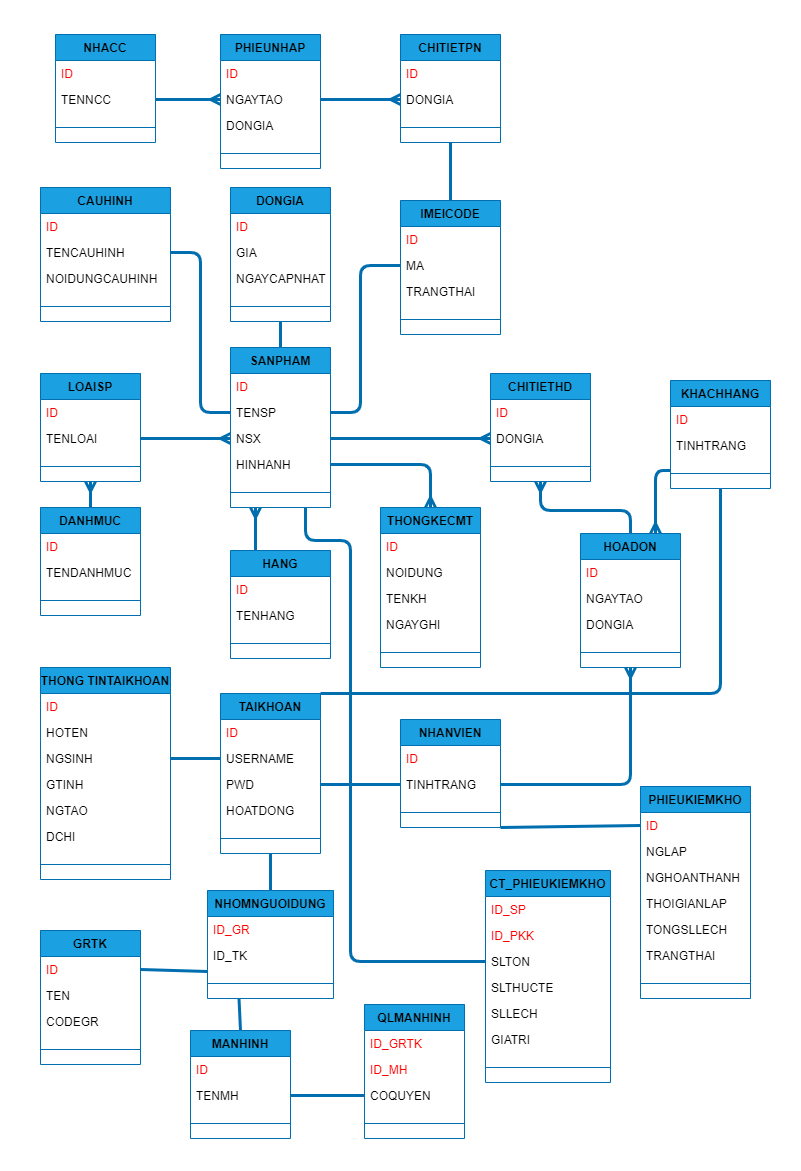
Earlier version of the draw.io export erd.drawio.png (QlyBanHangDT/qlyBanHang). Source tidied: cells renumbered, new cells last; positions are measured from the earlier drawing's top-left corner, leaving out a move shared by most shapes.
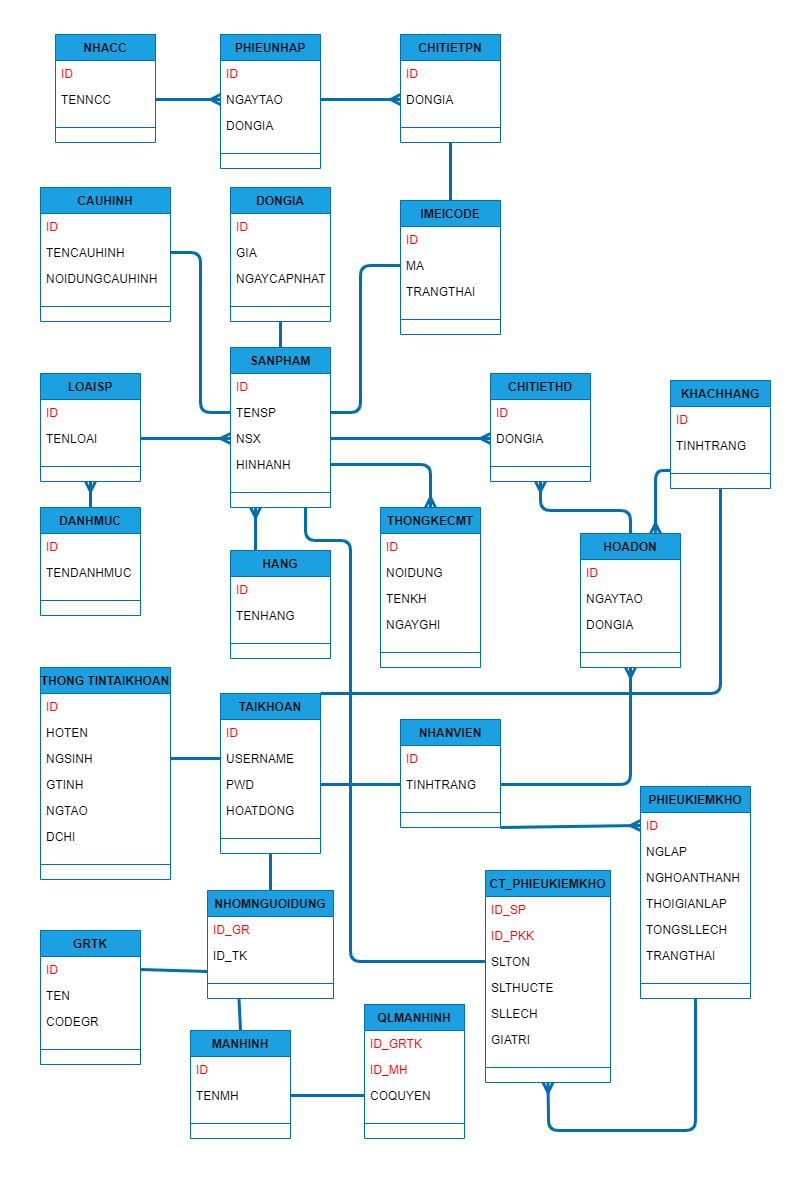
The same file after the commit.

Change to the diagram source:
```diff
@@ -423,7 +423,7 @@
     <mxCell id="131" style="line;strokeWidth=1;fillColor=#1ba1e2;align=left;verticalAlign=middle;spacingTop=-1;spacingLeft=3;spacingRight=3;labelPosition=right;fontColor=#ffffff;strokeColor=#006EAF;" parent="124" vertex="1">
       <mxGeometry y="182" width="110" height="30" as="geometry" />
     </mxCell>
-    <mxCell id="132" style="endArrow=none;html=1;fontColor=default;strokeWidth=3;entryX=0;entryY=0.5;entryDx=0;entryDy=0;fillColor=#1ba1e2;strokeColor=#006EAF;exitX=1;exitY=1;exitDx=0;exitDy=0;" parent="1" edge="1" source="112" target="125">
+    <mxCell id="132" style="endArrow=ERmany;html=1;fontColor=default;strokeWidth=3;entryX=0;entryY=0.5;entryDx=0;entryDy=0;fillColor=#1ba1e2;strokeColor=#006EAF;exitX=1;exitY=1;exitDx=0;exitDy=0;endFill=0;" parent="1" edge="1" source="112" target="125">
       <mxGeometry relative="1" as="geometry" />
     </mxCell>
     <mxCell id="133" style="endArrow=none;html=1;fontColor=default;strokeWidth=3;exitX=0;exitY=0.5;exitDx=0;exitDy=0;entryX=0.75;entryY=1;entryDx=0;entryDy=0;fillColor=#1ba1e2;strokeColor=#006EAF;" parent="1" edge="1" source="137" target="2">
@@ -460,7 +460,15 @@
       <mxGeometry y="182" width="125" height="30" as="geometry" />
     </mxCell>
     <mxCell id="142" style="rounded=0;whiteSpace=wrap;html=1;fillColor=none;strokeColor=none;" parent="1" vertex="1">
-      <mxGeometry width="800" height="1170" as="geometry" />
+      <mxGeometry width="790" height="1180" as="geometry" />
     </mxCell>
+    <mxCell id="143" style="endArrow=none;html=1;strokeWidth=3;fillColor=#1ba1e2;strokeColor=#006EAF;entryX=0.5;entryY=1;entryDx=0;entryDy=0;exitX=0.5;exitY=1;exitDx=0;exitDy=0;startArrow=ERmany;startFill=0;" parent="1" edge="1" source="134" target="124">
+      <mxGeometry relative="1" as="geometry">
+        <Array as="points">
+          <mxPoint x="548" y="1130" />
+          <mxPoint x="695" y="1130" />
+        </Array>
+      </mxGeometry>
+    </mxCell>
   </root>
 </mxGraphModel>
```
